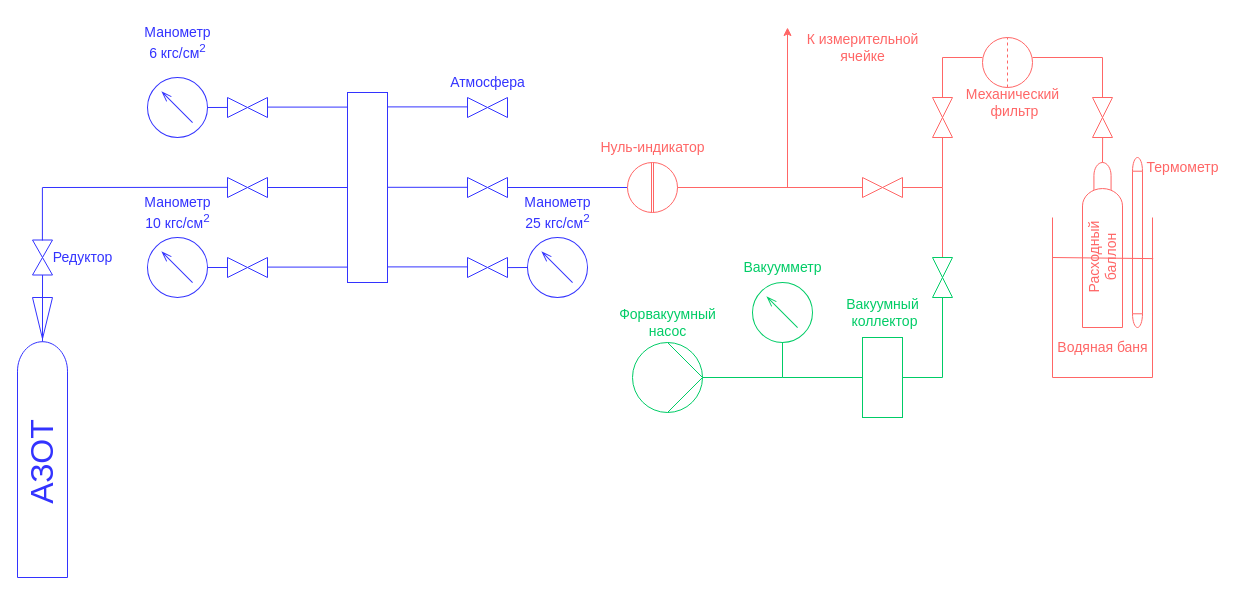
This is Gas_scheme.drawio from Igor-Savchenko/Coaxial_cylinder, a draw.io file, before an edit. Source tidied: cells renumbered, new cells numbered last; positions are measured from the earlier drawing's top-left corner, leaving out a move shared by most shapes. Both pictures are drawn from the tidied source at 100%, with x=0, y=0 at pixel (-8, 17).
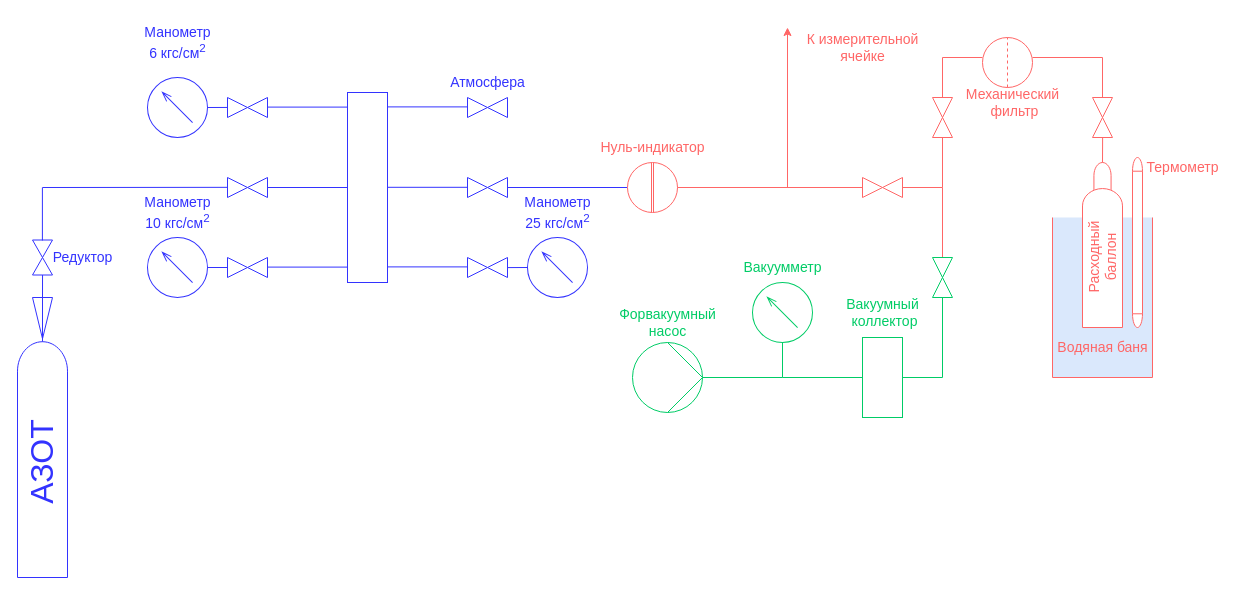
The same page after the edit.

Diff of the diagram source:
```diff
@@
-    <mxCell id="51" style="shape=mxgraph.pid.vessels.container,_tank,_cistern;html=1;align=center;verticalLabelPosition=bottom;verticalAlign=top;dashed=0;fontColor=#33FF99;strokeColor=#FF6666;" parent="1" vertex="1">
+    <mxCell id="51" style="shape=mxgraph.pid.vessels.container,_tank,_cistern;html=1;align=center;verticalLabelPosition=bottom;verticalAlign=top;dashed=0;strokeColor=#FF6666;fillColor=#dae8fc;" parent="1" vertex="1">
       <mxGeometry x="1060" y="200" width="100" height="160" as="geometry" />
     </mxCell>
@@
-    <mxCell id="54" style="endArrow=none;html=1;entryX=1.007;entryY=0.257;entryDx=0;entryDy=0;entryPerimeter=0;fontColor=#33FF99;strokeColor=#FF6666;" parent="1" edge="1" target="51">
-      <mxGeometry relative="1" as="geometry">
-        <mxPoint x="1060" y="240" as="sourcePoint" />
-      </mxGeometry>
-    </mxCell>
```
